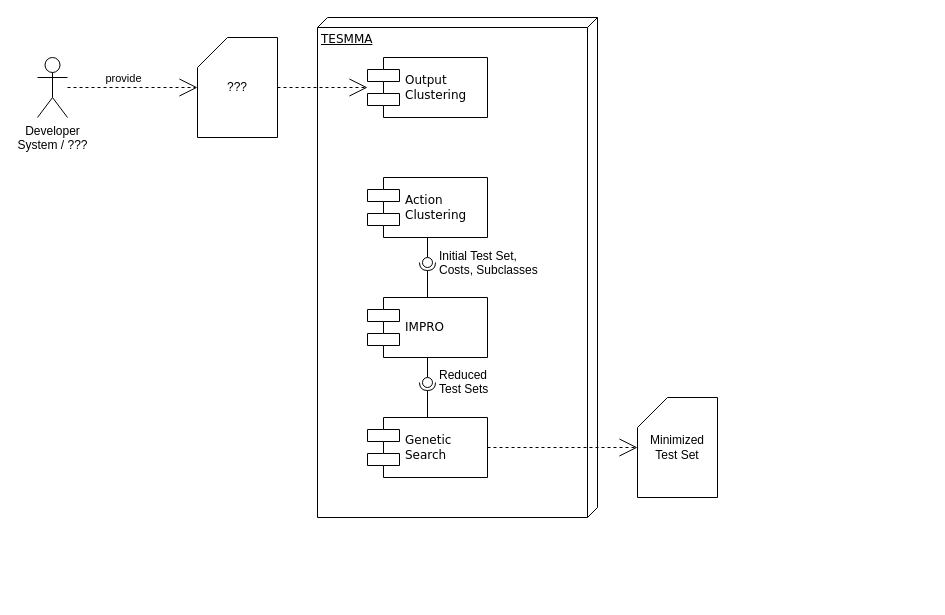
Earlier version of the draw.io diagram test_set_minimization.drawio (MetamorphicSecurityTesting/Diagrams). Source tidied: cells renumbered, new cells numbered last; positions are measured from the earlier drawing's top-left corner, leaving out a move shared by most shapes. Both pictures are drawn from the tidied source at 100%, with x=0, y=0 at pixel (37, 17).
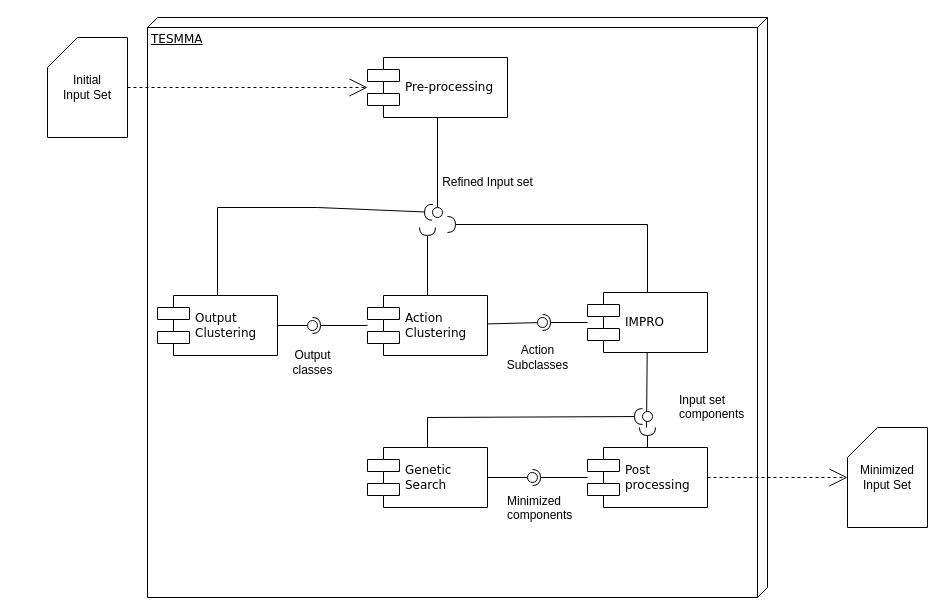
The same page after the edit.

The edit, as a diff of the source:
```diff
@@
-    <mxCell id="2" value="&lt;div&gt;Developer&lt;/div&gt;&lt;div&gt;System / ???&lt;/div&gt;" style="shape=umlActor;verticalLabelPosition=bottom;verticalAlign=top;html=1;outlineConnect=0;" parent="1" vertex="1">
-      <mxGeometry y="40" width="30" height="60" as="geometry" />
-    </mxCell>
     <mxCell id="3" value="TESMMA" style="verticalAlign=top;align=left;spacingTop=8;spacingLeft=2;spacingRight=12;shape=cube;size=10;direction=south;fontStyle=4;html=1;rounded=0;shadow=0;comic=0;labelBackgroundColor=none;strokeWidth=1;fontFamily=Verdana;fontSize=12;" parent="1" vertex="1">
-      <mxGeometry x="280" width="280" height="500" as="geometry" />
+      <mxGeometry x="110" width="620" height="580" as="geometry" />
     </mxCell>
-    <mxCell id="4" value="???" style="shape=card;whiteSpace=wrap;html=1;" parent="1" vertex="1">
-      <mxGeometry x="160" y="20" width="80" height="100" as="geometry" />
-    </mxCell>
-    <mxCell id="5" style="edgeStyle=none;rounded=0;html=1;dashed=1;labelBackgroundColor=none;startArrow=none;startFill=0;startSize=8;endArrow=open;endFill=0;endSize=16;fontFamily=Verdana;fontSize=12;" parent="1" edge="1" source="2">
-      <mxGeometry relative="1" as="geometry">
-        <mxPoint x="160" y="70" as="targetPoint" />
-      </mxGeometry>
-    </mxCell>
-    <mxCell id="6" value="provide" style="edgeLabel;html=1;align=center;verticalAlign=middle;" parent="5" vertex="1">
-      <mxGeometry x="-0.16" relative="1" as="geometry">
-        <mxPoint y="-10" as="offset" />
-      </mxGeometry>
-    </mxCell>
-    <mxCell id="7" value="&lt;div&gt;Output&lt;/div&gt;&lt;div&gt;Clustering&lt;br&gt;&lt;/div&gt;" style="shape=component;align=left;spacingLeft=36;rounded=0;shadow=0;comic=0;labelBackgroundColor=none;strokeWidth=1;fontFamily=Verdana;fontSize=12;html=1;" parent="1" vertex="1">
-      <mxGeometry x="330" y="40" width="120" height="60" as="geometry" />
-    </mxCell>
-    <mxCell id="8" style="edgeStyle=none;rounded=0;html=1;dashed=1;labelBackgroundColor=none;startArrow=none;startFill=0;startSize=8;endArrow=open;endFill=0;endSize=16;fontFamily=Verdana;fontSize=12;exitX=1;exitY=0.5;exitDx=0;exitDy=0;exitPerimeter=0;" parent="1" edge="1" source="4" target="7">
-      <mxGeometry relative="1" as="geometry" />
-    </mxCell>
+    <mxCell id="22" value="Initial &lt;br&gt;Input Set" style="shape=card;whiteSpace=wrap;html=1;" parent="1" vertex="1">
+      <mxGeometry x="10" y="20" width="80" height="100" as="geometry" />
+    </mxCell>
+    <mxCell id="23" value="&lt;div&gt;Pre-processing&lt;/div&gt;" style="shape=component;align=left;spacingLeft=36;rounded=0;shadow=0;comic=0;labelBackgroundColor=none;strokeWidth=1;fontFamily=Verdana;fontSize=12;html=1;" parent="1" vertex="1">
+      <mxGeometry x="330" y="40" width="140" height="60" as="geometry" />
+    </mxCell>
+    <mxCell id="24" style="edgeStyle=none;rounded=0;html=1;dashed=1;labelBackgroundColor=none;startArrow=none;startFill=0;startSize=8;endArrow=open;endFill=0;endSize=16;fontFamily=Verdana;fontSize=12;exitX=1;exitY=0.5;exitDx=0;exitDy=0;exitPerimeter=0;" parent="1" edge="1" source="22" target="23">
+      <mxGeometry relative="1" as="geometry" />
+    </mxCell>
     <mxCell id="9" value="&lt;div&gt;Action&lt;/div&gt;&lt;div&gt;Clustering&lt;br&gt;&lt;/div&gt;" style="shape=component;align=left;spacingLeft=36;rounded=0;shadow=0;comic=0;labelBackgroundColor=none;strokeWidth=1;fontFamily=Verdana;fontSize=12;html=1;" parent="1" vertex="1">
-      <mxGeometry x="330" y="160" width="120" height="60" as="geometry" />
+      <mxGeometry x="330" y="278" width="120" height="60" as="geometry" />
     </mxCell>
     <mxCell id="10" value="IMPRO" style="shape=component;align=left;spacingLeft=36;rounded=0;shadow=0;comic=0;labelBackgroundColor=none;strokeWidth=1;fontFamily=Verdana;fontSize=12;html=1;" parent="1" vertex="1">
-      <mxGeometry x="330" y="280" width="120" height="60" as="geometry" />
+      <mxGeometry x="550" y="275" width="120" height="60" as="geometry" />
     </mxCell>
-    <mxCell id="11" style="rounded=0;jettySize=auto;html=1;endArrow=none;endFill=0;sketch=0;sourcePerimeterSpacing=0;targetPerimeterSpacing=0;" parent="1" edge="1" source="9" target="13">
-      <mxGeometry relative="1" as="geometry" />
-    </mxCell>
-    <mxCell id="12" style="rounded=0;jettySize=auto;html=1;endArrow=halfCircle;endFill=0;entryX=0.5;entryY=0.5;endSize=6;strokeWidth=1;sketch=0;" parent="1" edge="1" source="10" target="13">
-      <mxGeometry relative="1" as="geometry" />
-    </mxCell>
-    <mxCell id="13" style="ellipse;whiteSpace=wrap;html=1;align=center;points=[];outlineConnect=0;sketch=0;" parent="1" vertex="1">
-      <mxGeometry x="385" y="240" width="10" height="10" as="geometry" />
-    </mxCell>
-    <mxCell id="14" value="&lt;div&gt;Reduced&lt;/div&gt;&lt;div&gt;Test Sets&lt;br&gt;&lt;/div&gt;" style="text;whiteSpace=wrap;html=1;" parent="1" vertex="1">
-      <mxGeometry x="400" y="344" width="90" height="50" as="geometry" />
-    </mxCell>
+    <mxCell id="25" style="rounded=0;jettySize=auto;html=1;endArrow=none;endFill=0;sketch=0;sourcePerimeterSpacing=0;targetPerimeterSpacing=0;" parent="1" edge="1" source="9" target="27">
+      <mxGeometry relative="1" as="geometry" />
+    </mxCell>
+    <mxCell id="26" style="rounded=0;jettySize=auto;html=1;endArrow=halfCircle;endFill=0;entryX=0.5;entryY=0.5;endSize=6;strokeWidth=1;sketch=0;" parent="1" edge="1" source="10" target="27">
+      <mxGeometry relative="1" as="geometry" />
+    </mxCell>
+    <mxCell id="27" style="ellipse;whiteSpace=wrap;html=1;align=center;points=[];outlineConnect=0;sketch=0;" parent="1" vertex="1">
+      <mxGeometry x="500" y="300" width="10" height="10" as="geometry" />
+    </mxCell>
+    <mxCell id="28" value="&lt;div&gt;Input set components&lt;/div&gt;" style="text;whiteSpace=wrap;html=1;" parent="1" vertex="1">
+      <mxGeometry x="640" y="369" width="90" height="50" as="geometry" />
+    </mxCell>
     <mxCell id="15" value="&lt;div&gt;Genetic&lt;/div&gt;&lt;div&gt;Search&lt;br&gt;&lt;/div&gt;" style="shape=component;align=left;spacingLeft=36;rounded=0;shadow=0;comic=0;labelBackgroundColor=none;strokeWidth=1;fontFamily=Verdana;fontSize=12;html=1;" parent="1" vertex="1">
-      <mxGeometry x="330" y="400" width="120" height="60" as="geometry" />
+      <mxGeometry x="330" y="430" width="120" height="60" as="geometry" />
     </mxCell>
-    <mxCell id="16" style="rounded=0;jettySize=auto;html=1;endArrow=none;endFill=0;sketch=0;sourcePerimeterSpacing=0;targetPerimeterSpacing=0;" parent="1" edge="1" source="10" target="18">
-      <mxGeometry relative="1" as="geometry" />
-    </mxCell>
-    <mxCell id="17" style="rounded=0;jettySize=auto;html=1;endArrow=halfCircle;endFill=0;entryX=0.5;entryY=0.5;endSize=6;strokeWidth=1;sketch=0;" parent="1" edge="1" source="15" target="18">
-      <mxGeometry relative="1" as="geometry" />
-    </mxCell>
-    <mxCell id="18" style="ellipse;whiteSpace=wrap;html=1;align=center;points=[];outlineConnect=0;sketch=0;" parent="1" vertex="1">
-      <mxGeometry x="385" y="360" width="10" height="10" as="geometry" />
-    </mxCell>
-    <mxCell id="19" style="edgeStyle=none;rounded=0;html=1;dashed=1;labelBackgroundColor=none;startArrow=none;startFill=0;startSize=8;endArrow=open;endFill=0;endSize=16;fontFamily=Verdana;fontSize=12;" parent="1" edge="1" source="15" target="20">
-      <mxGeometry relative="1" as="geometry" />
-    </mxCell>
-    <mxCell id="20" value="&lt;div&gt;Minimized&lt;/div&gt;&lt;div&gt;Test Set&lt;br&gt;&lt;/div&gt;" style="shape=card;whiteSpace=wrap;html=1;" parent="1" vertex="1">
-      <mxGeometry x="600" y="380" width="80" height="100" as="geometry" />
-    </mxCell>
-    <mxCell id="21" value="&lt;div&gt;Initial Test Set,&lt;/div&gt;&lt;div&gt;Costs, Subclasses&lt;br&gt;&lt;/div&gt;" style="text;whiteSpace=wrap;html=1;" parent="1" vertex="1">
-      <mxGeometry x="400" y="225" width="110" height="50" as="geometry" />
-    </mxCell>
+    <mxCell id="29" style="rounded=0;jettySize=auto;html=1;endArrow=none;endFill=0;sketch=0;sourcePerimeterSpacing=0;targetPerimeterSpacing=0;" parent="1" edge="1" source="10">
+      <mxGeometry relative="1" as="geometry">
+        <mxPoint x="609" y="410" as="targetPoint" />
+      </mxGeometry>
+    </mxCell>
+    <mxCell id="30" style="rounded=0;jettySize=auto;html=1;endArrow=halfCircle;endFill=0;endSize=6;strokeWidth=1;sketch=0;" parent="1" edge="1" source="15" target="31">
+      <mxGeometry relative="1" as="geometry">
+        <Array as="points">
+          <mxPoint x="390" y="400" />
+        </Array>
+      </mxGeometry>
+    </mxCell>
+    <mxCell id="31" style="ellipse;whiteSpace=wrap;html=1;align=center;points=[];outlineConnect=0;sketch=0;" parent="1" vertex="1">
+      <mxGeometry x="605" y="394" width="10" height="10" as="geometry" />
+    </mxCell>
+    <mxCell id="32" style="edgeStyle=none;rounded=0;html=1;dashed=1;labelBackgroundColor=none;startArrow=none;startFill=0;startSize=8;endArrow=open;endFill=0;endSize=16;fontFamily=Verdana;fontSize=12;" parent="1" edge="1" source="45" target="33">
+      <mxGeometry relative="1" as="geometry" />
+    </mxCell>
+    <mxCell id="33" value="&lt;div&gt;Minimized&lt;/div&gt;&lt;div&gt;Input Set&lt;br&gt;&lt;/div&gt;" style="shape=card;whiteSpace=wrap;html=1;" parent="1" vertex="1">
+      <mxGeometry x="810" y="410" width="80" height="100" as="geometry" />
+    </mxCell>
+    <mxCell id="7" value="&lt;div&gt;Output&lt;/div&gt;&lt;div&gt;Clustering&lt;br&gt;&lt;/div&gt;" style="shape=component;align=left;spacingLeft=36;rounded=0;shadow=0;comic=0;labelBackgroundColor=none;strokeWidth=1;fontFamily=Verdana;fontSize=12;html=1;" parent="1" vertex="1">
+      <mxGeometry x="120" y="278" width="120" height="60" as="geometry" />
+    </mxCell>
+    <mxCell id="34" style="rounded=0;jettySize=auto;html=1;endArrow=none;endFill=0;sketch=0;sourcePerimeterSpacing=0;targetPerimeterSpacing=0;" parent="1" edge="1" source="7" target="36">
+      <mxGeometry relative="1" as="geometry" />
+    </mxCell>
+    <mxCell id="35" style="rounded=0;jettySize=auto;html=1;endArrow=halfCircle;endFill=0;entryX=0.5;entryY=0.5;endSize=6;strokeWidth=1;sketch=0;" parent="1" edge="1" source="9" target="36">
+      <mxGeometry relative="1" as="geometry" />
+    </mxCell>
+    <mxCell id="36" style="ellipse;whiteSpace=wrap;html=1;align=center;points=[];outlineConnect=0;sketch=0;" parent="1" vertex="1">
+      <mxGeometry x="270" y="303" width="10" height="10" as="geometry" />
+    </mxCell>
+    <mxCell id="37" value="Refined Input set" style="text;html=1;align=center;verticalAlign=middle;strokeColor=none;fillColor=none;" parent="1" vertex="1">
+      <mxGeometry x="395" y="150" width="110" height="30" as="geometry" />
+    </mxCell>
+    <mxCell id="38" style="rounded=0;jettySize=auto;html=1;endArrow=none;endFill=0;sketch=0;sourcePerimeterSpacing=0;targetPerimeterSpacing=0;" parent="1" edge="1" source="23" target="40">
+      <mxGeometry relative="1" as="geometry" />
+    </mxCell>
+    <mxCell id="39" style="rounded=0;jettySize=auto;html=1;endArrow=halfCircle;endFill=0;endSize=6;strokeWidth=1;sketch=0;" parent="1" edge="1" source="9">
+      <mxGeometry relative="1" as="geometry">
+        <mxPoint x="390" y="210" as="targetPoint" />
+      </mxGeometry>
+    </mxCell>
+    <mxCell id="40" style="ellipse;whiteSpace=wrap;html=1;align=center;points=[];outlineConnect=0;sketch=0;" parent="1" vertex="1">
+      <mxGeometry x="395" y="190" width="10" height="10" as="geometry" />
+    </mxCell>
+    <mxCell id="41" style="rounded=0;jettySize=auto;html=1;endArrow=halfCircle;endFill=0;endSize=6;strokeWidth=1;sketch=0;" parent="1" edge="1" source="7" target="40">
+      <mxGeometry relative="1" as="geometry">
+        <Array as="points">
+          <mxPoint x="180" y="190" />
+          <mxPoint x="280" y="190" />
+        </Array>
+      </mxGeometry>
+    </mxCell>
+    <mxCell id="42" style="rounded=0;jettySize=auto;html=1;endArrow=halfCircle;endFill=0;endSize=6;strokeWidth=1;sketch=0;" parent="1" edge="1" source="10">
+      <mxGeometry relative="1" as="geometry">
+        <mxPoint x="410" y="207" as="targetPoint" />
+        <Array as="points">
+          <mxPoint x="610" y="207" />
+        </Array>
+      </mxGeometry>
+    </mxCell>
+    <mxCell id="43" value="Output &lt;br&gt;classes" style="text;html=1;align=center;verticalAlign=middle;strokeColor=none;fillColor=none;" parent="1" vertex="1">
+      <mxGeometry x="245" y="325" width="60" height="40" as="geometry" />
+    </mxCell>
+    <mxCell id="44" value="Action&lt;br&gt;Subclasses" style="text;html=1;align=center;verticalAlign=middle;strokeColor=none;fillColor=none;" parent="1" vertex="1">
+      <mxGeometry x="460" y="320" width="80" height="40" as="geometry" />
+    </mxCell>
+    <mxCell id="45" value="&lt;div&gt;Post&lt;br&gt;processing&lt;/div&gt;" style="shape=component;align=left;spacingLeft=36;rounded=0;shadow=0;comic=0;labelBackgroundColor=none;strokeWidth=1;fontFamily=Verdana;fontSize=12;html=1;" parent="1" vertex="1">
+      <mxGeometry x="550" y="430" width="120" height="60" as="geometry" />
+    </mxCell>
+    <mxCell id="46" style="rounded=0;jettySize=auto;html=1;endArrow=halfCircle;endFill=0;endSize=6;strokeWidth=1;sketch=0;" parent="1" edge="1" source="45">
+      <mxGeometry relative="1" as="geometry">
+        <mxPoint x="610" y="410" as="targetPoint" />
+      </mxGeometry>
+    </mxCell>
+    <mxCell id="47" style="rounded=0;jettySize=auto;html=1;endArrow=none;endFill=0;sketch=0;sourcePerimeterSpacing=0;targetPerimeterSpacing=0;" parent="1" edge="1" source="15" target="49">
+      <mxGeometry relative="1" as="geometry" />
+    </mxCell>
+    <mxCell id="48" style="rounded=0;jettySize=auto;html=1;endArrow=halfCircle;endFill=0;entryX=0.5;entryY=0.5;endSize=6;strokeWidth=1;sketch=0;" parent="1" edge="1" source="45" target="49">
+      <mxGeometry relative="1" as="geometry" />
+    </mxCell>
+    <mxCell id="49" style="ellipse;whiteSpace=wrap;html=1;align=center;points=[];outlineConnect=0;sketch=0;" parent="1" vertex="1">
+      <mxGeometry x="490" y="455" width="10" height="10" as="geometry" />
+    </mxCell>
+    <mxCell id="50" value="&lt;div&gt;Minimized components&lt;/div&gt;" style="text;whiteSpace=wrap;html=1;" parent="1" vertex="1">
+      <mxGeometry x="468" y="470" width="90" height="50" as="geometry" />
+    </mxCell>
```
